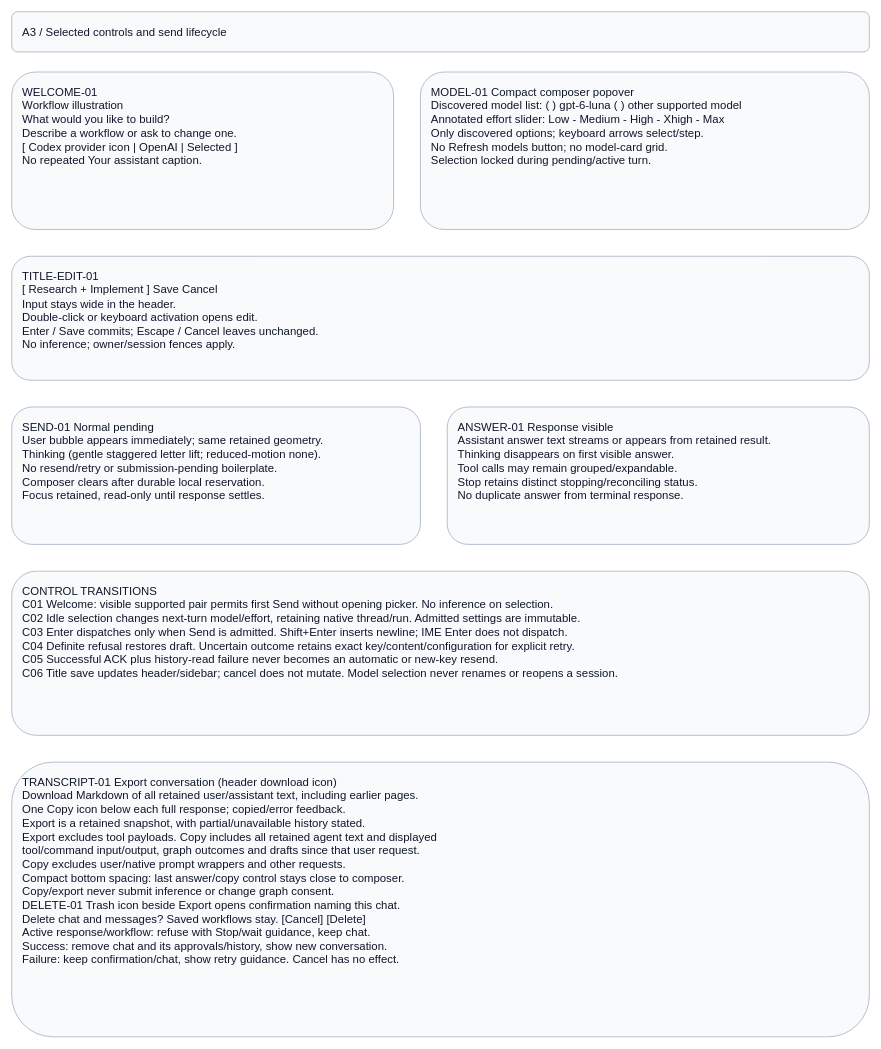
amadou-6e/specs keeps this draw.io diagram as page "A3 - Composer and title controls" (3 of 4) of projects/laomedo/subsystems/agent-execution/design/application-assistant.drawio. Above is the earlier version. Source tidied: cells renumbered, new cells numbered last; positions are measured from the earlier drawing's top-left corner, leaving out a move shared by most shapes. Both pictures are drawn from the tidied source at 67%, with x=0, y=0 at pixel (11, 11).
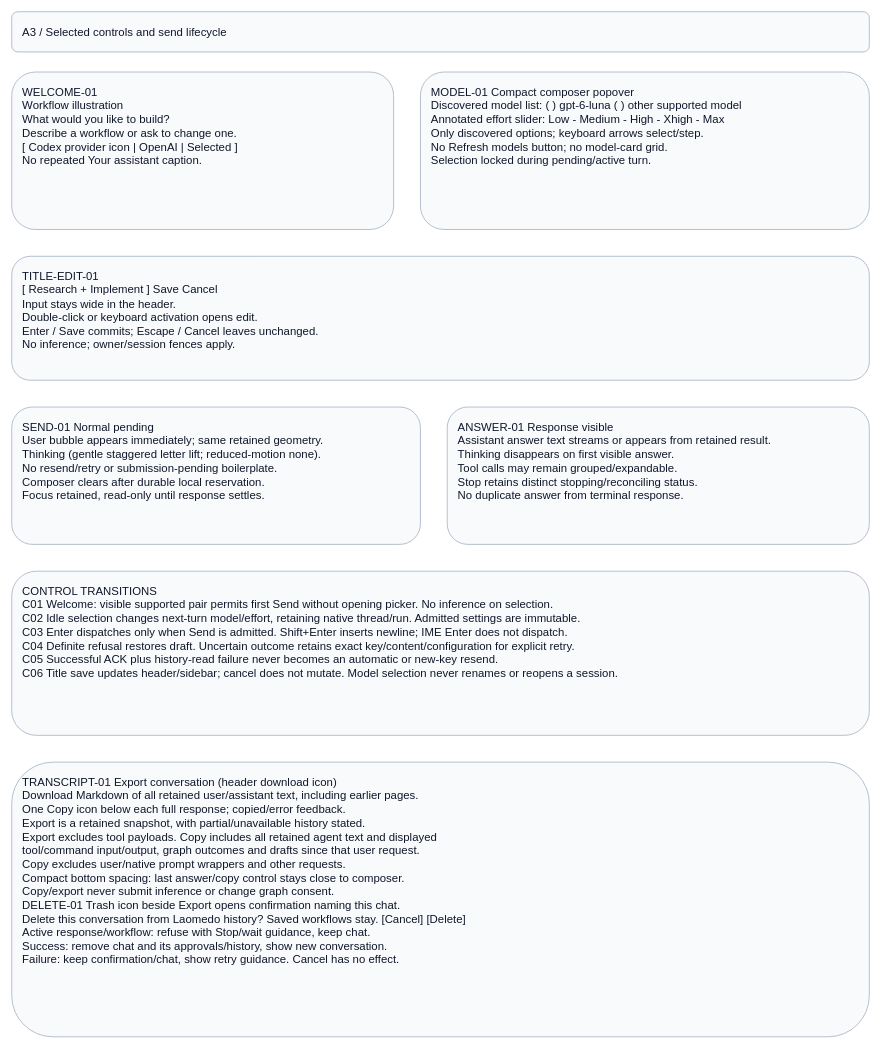
The same page after the edit.

Commit message (it also covers changes not shown here):
docs: scope chat deletion to Laomedo history

Change to the diagram source:
```diff
@@
 <mxGraphModel>
   <root>
     <mxCell id="0" />
     <mxCell id="1" parent="0" />
     <mxCell id="2" value="A3 / Selected controls and send lifecycle" style="rounded=1;whiteSpace=wrap;html=0;fillColor=#f8fafc;strokeColor=#94a3b8;fontColor=#0f172a;fontFamily=Arial;fontSize=17;align=left;verticalAlign=top;spacing=16;" parent="1" vertex="1">
       <mxGeometry width="1280" height="60" as="geometry" />
     </mxCell>
     <mxCell id="3" value="WELCOME-01&#10;Workflow illustration&#10;What would you like to build?&#10;Describe a workflow or ask to change one.&#10;[ Codex provider icon | OpenAI | Selected ]&#10;No repeated Your assistant caption." style="rounded=1;whiteSpace=wrap;html=0;fillColor=#f8fafc;strokeColor=#94a3b8;fontColor=#0f172a;fontFamily=Arial;fontSize=17;align=left;verticalAlign=top;spacing=16;" parent="1" vertex="1">
       <mxGeometry y="90" width="570" height="235" as="geometry" />
     </mxCell>
     <mxCell id="4" value="MODEL-01  Compact composer popover&#10;Discovered model list: ( ) gpt-6-luna  ( ) other supported model&#10;Annotated effort slider: Low - Medium - High - Xhigh - Max&#10;Only discovered options; keyboard arrows select/step.&#10;No Refresh models button; no model-card grid.&#10;Selection locked during pending/active turn." style="rounded=1;whiteSpace=wrap;html=0;fillColor=#f8fafc;strokeColor=#94a3b8;fontColor=#0f172a;fontFamily=Arial;fontSize=17;align=left;verticalAlign=top;spacing=16;" parent="1" vertex="1">
       <mxGeometry x="610" y="90" width="670" height="235" as="geometry" />
     </mxCell>
     <mxCell id="5" value="TITLE-EDIT-01&#10;[ Research + Implement                               ] Save  Cancel&#10;Input stays wide in the header.&#10;Double-click or keyboard activation opens edit.&#10;Enter / Save commits; Escape / Cancel leaves unchanged.&#10;No inference; owner/session fences apply." style="rounded=1;whiteSpace=wrap;html=0;fillColor=#f8fafc;strokeColor=#94a3b8;fontColor=#0f172a;fontFamily=Arial;fontSize=17;align=left;verticalAlign=top;spacing=16;" parent="1" vertex="1">
       <mxGeometry y="365" width="1280" height="185" as="geometry" />
     </mxCell>
     <mxCell id="6" value="SEND-01  Normal pending&#10;User bubble appears immediately; same retained geometry.&#10;Thinking (gentle staggered letter lift; reduced-motion none).&#10;No resend/retry or submission-pending boilerplate.&#10;Composer clears after durable local reservation.&#10;Focus retained, read-only until response settles." style="rounded=1;whiteSpace=wrap;html=0;fillColor=#f8fafc;strokeColor=#94a3b8;fontColor=#0f172a;fontFamily=Arial;fontSize=17;align=left;verticalAlign=top;spacing=16;" parent="1" vertex="1">
       <mxGeometry y="590" width="610" height="205" as="geometry" />
     </mxCell>
     <mxCell id="7" value="ANSWER-01  Response visible&#10;Assistant answer text streams or appears from retained result.&#10;Thinking disappears on first visible answer.&#10;Tool calls may remain grouped/expandable.&#10;Stop retains distinct stopping/reconciling status.&#10;No duplicate answer from terminal response." style="rounded=1;whiteSpace=wrap;html=0;fillColor=#f8fafc;strokeColor=#94a3b8;fontColor=#0f172a;fontFamily=Arial;fontSize=17;align=left;verticalAlign=top;spacing=16;" parent="1" vertex="1">
       <mxGeometry x="650" y="590" width="630" height="205" as="geometry" />
     </mxCell>
     <mxCell id="8" value="CONTROL TRANSITIONS&#10;C01 Welcome: visible supported pair permits first Send without opening picker. No inference on selection.&#10;C02 Idle selection changes next-turn model/effort, retaining native thread/run. Admitted settings are immutable.&#10;C03 Enter dispatches only when Send is admitted. Shift+Enter inserts newline; IME Enter does not dispatch.&#10;C04 Definite refusal restores draft. Uncertain outcome retains exact key/content/configuration for explicit retry.&#10;C05 Successful ACK plus history-read failure never becomes an automatic or new-key resend.&#10;C06 Title save updates header/sidebar; cancel does not mutate. Model selection never renames or reopens a session." style="rounded=1;whiteSpace=wrap;html=0;fillColor=#f8fafc;strokeColor=#94a3b8;fontColor=#0f172a;fontFamily=Arial;fontSize=17;align=left;verticalAlign=top;spacing=16;" parent="1" vertex="1">
       <mxGeometry y="835" width="1280" height="245" as="geometry" />
     </mxCell>
-    <mxCell id="9" value="TRANSCRIPT-01  Export conversation (header download icon)&#10;Download Markdown of all retained user/assistant text, including earlier pages.&#10;One Copy icon below each full response; copied/error feedback.&#10;Export is a retained snapshot, with partial/unavailable history stated.&#10;Export excludes tool payloads. Copy includes all retained agent text and displayed&#10;tool/command input/output, graph outcomes and drafts since that user request.&#10;Copy excludes user/native prompt wrappers and other requests.&#10;Compact bottom spacing: last answer/copy control stays close to composer.&#10;Copy/export never submit inference or change graph consent.&#10;DELETE-01  Trash icon beside Export opens confirmation naming this chat.&#10;Delete chat and messages? Saved workflows stay. [Cancel] [Delete]&#10;Active response/workflow: refuse with Stop/wait guidance, keep chat.&#10;Success: remove chat and its approvals/history, show new conversation.&#10;Failure: keep confirmation/chat, show retry guidance. Cancel has no effect." style="rounded=1;whiteSpace=wrap;html=0;fillColor=#f8fafc;strokeColor=#94a3b8;fontColor=#0f172a;fontFamily=Arial;fontSize=17;align=left;verticalAlign=top;spacing=16;" parent="1" vertex="1">
+    <mxCell id="9" value="TRANSCRIPT-01  Export conversation (header download icon)&#10;Download Markdown of all retained user/assistant text, including earlier pages.&#10;One Copy icon below each full response; copied/error feedback.&#10;Export is a retained snapshot, with partial/unavailable history stated.&#10;Export excludes tool payloads. Copy includes all retained agent text and displayed&#10;tool/command input/output, graph outcomes and drafts since that user request.&#10;Copy excludes user/native prompt wrappers and other requests.&#10;Compact bottom spacing: last answer/copy control stays close to composer.&#10;Copy/export never submit inference or change graph consent.&#10;DELETE-01  Trash icon beside Export opens confirmation naming this chat.&#10;Delete this conversation from Laomedo history? Saved workflows stay. [Cancel] [Delete]&#10;Active response/workflow: refuse with Stop/wait guidance, keep chat.&#10;Success: remove chat and its approvals/history, show new conversation.&#10;Failure: keep confirmation/chat, show retry guidance. Cancel has no effect." style="rounded=1;whiteSpace=wrap;html=0;fillColor=#f8fafc;strokeColor=#94a3b8;fontColor=#0f172a;fontFamily=Arial;fontSize=17;align=left;verticalAlign=top;spacing=16;" parent="1" vertex="1">
       <mxGeometry y="1120" width="1280" height="410" as="geometry" />
     </mxCell>
   </root>
 </mxGraphModel>
```
